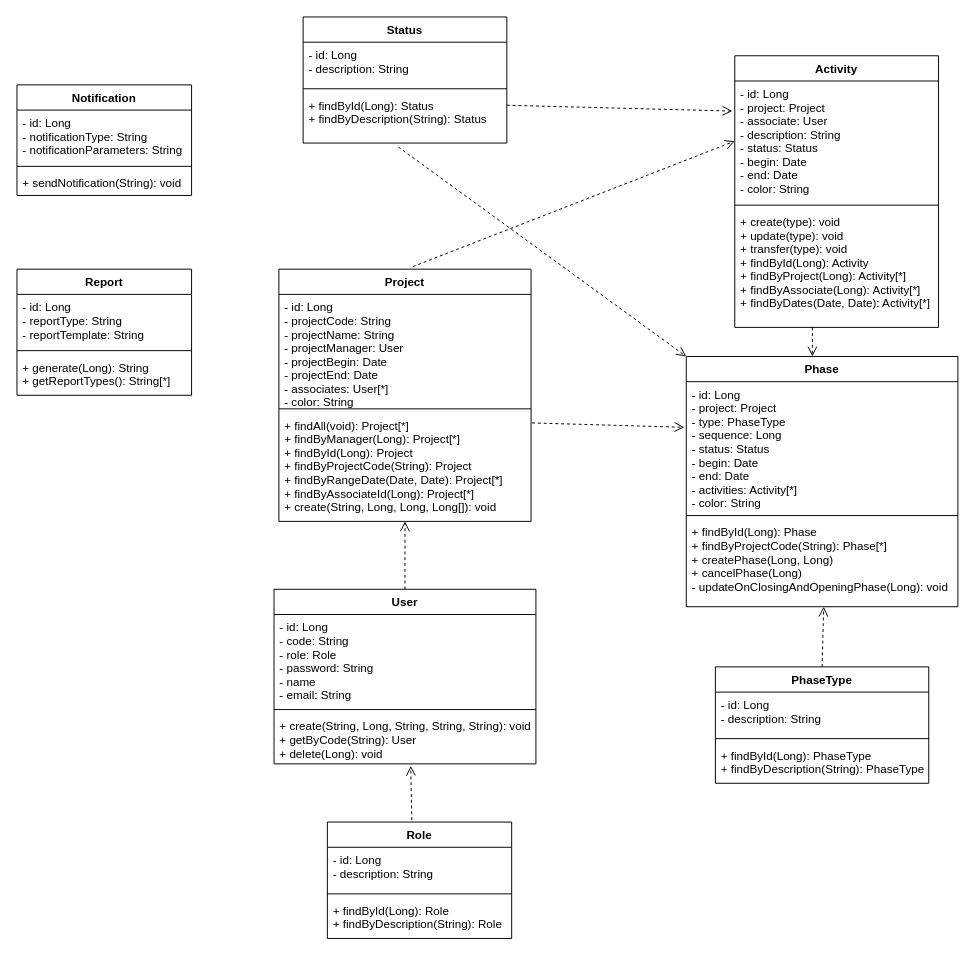
akademicmensch/puc-engenharia-de-software keeps this draw.io diagram as Diagramas/diagrama-de-classes.drawio. Above is the earlier version. Source tidied: cells renumbered, new cells numbered last; positions are measured from the earlier drawing's top-left corner, leaving out a move shared by most shapes. Both pictures are drawn from the tidied source at 97%, with x=0, y=0 at pixel (16, 16).
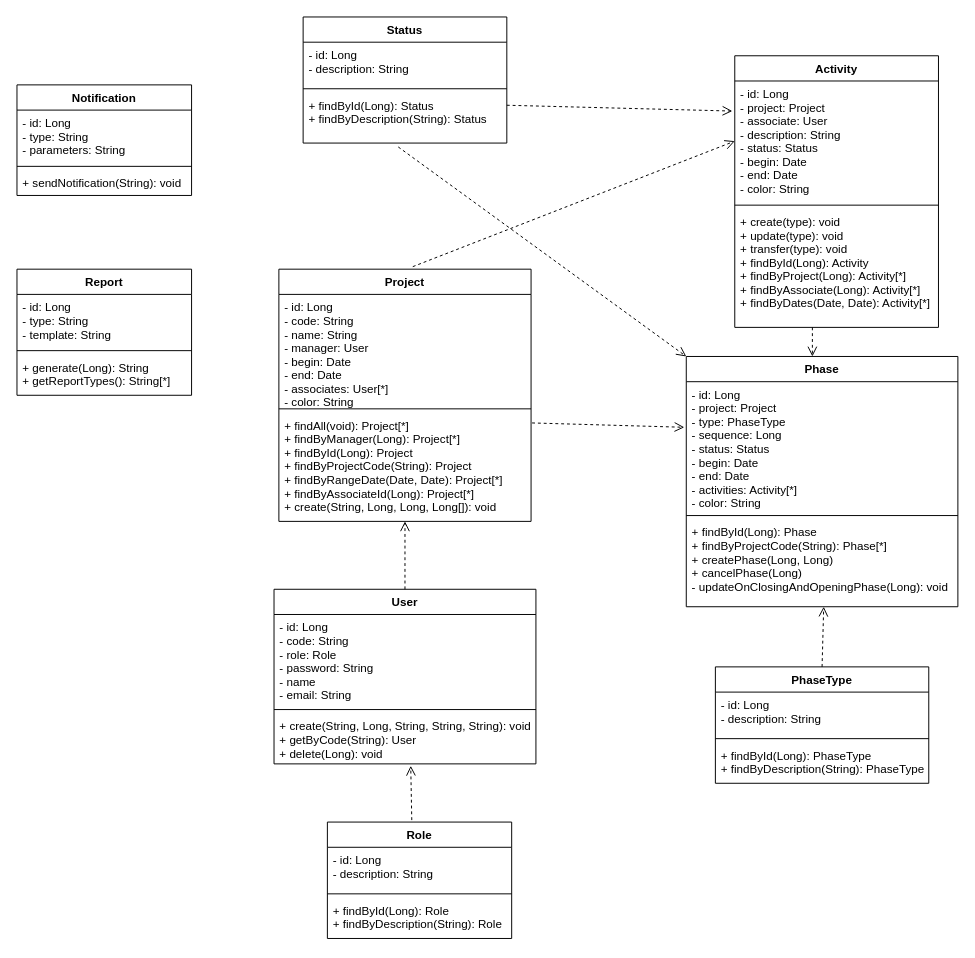
Above is the later version.

Commit message (it also covers changes not shown here):
updating class diagram and adding png files

Unchanged cells that the change refers to:
```xml
<mxCell id="2" value="Project" style="swimlane;fontStyle=1;align=center;verticalAlign=top;horizontal=1;startSize=26;" parent="1" vertex="1">
  <mxGeometry x="270" y="260" width="260" height="260" as="geometry" />
</mxCell>
<mxCell id="37" value="Notification" style="swimlane;fontStyle=1;align=center;verticalAlign=top;horizontal=1;startSize=26;" parent="1" vertex="1">
  <mxGeometry y="70" width="180" height="114" as="geometry" />
</mxCell>
<mxCell id="42" value="Report" style="swimlane;fontStyle=1;align=center;verticalAlign=top;horizontal=1;startSize=26;" parent="1" vertex="1">
  <mxGeometry y="260" width="180" height="130" as="geometry" />
</mxCell>
```

Diff of the diagram source:
```diff
@@
-    <mxCell id="3" value="- id: Long&#10;- projectCode: String&#10;- projectName: String&#10;- projectManager: User&#10;- projectBegin: Date&#10;- projectEnd: Date&#10;- associates: User[*]&#10;- color: String" style="text;strokeColor=none;fillColor=none;align=left;verticalAlign=top;spacingLeft=4;spacingRight=4;overflow=hidden;" parent="2" vertex="1">
+    <mxCell id="3" value="- id: Long&#10;- code: String&#10;- name: String&#10;- manager: User&#10;- begin: Date&#10;- end: Date&#10;- associates: User[*]&#10;- color: String" style="text;strokeColor=none;fillColor=none;align=left;verticalAlign=top;spacingLeft=4;spacingRight=4;overflow=hidden;" parent="2" vertex="1">
       <mxGeometry y="26" width="260" height="114" as="geometry" />
     </mxCell>
@@
-    <mxCell id="38" value="- id: Long&#10;- notificationType: String&#10;- notificationParameters: String&#10;" style="text;strokeColor=none;fillColor=none;align=left;verticalAlign=top;spacingLeft=4;spacingRight=4;overflow=hidden;" parent="37" vertex="1">
+    <mxCell id="38" value="- id: Long&#10;- type: String&#10;- parameters: String&#10;" style="text;strokeColor=none;fillColor=none;align=left;verticalAlign=top;spacingLeft=4;spacingRight=4;overflow=hidden;" parent="37" vertex="1">
       <mxGeometry y="26" width="180" height="54" as="geometry" />
     </mxCell>
@@
-    <mxCell id="43" value="- id: Long&#10;- reportType: String&#10;- reportTemplate: String&#10;" style="text;strokeColor=none;fillColor=none;align=left;verticalAlign=top;spacingLeft=4;spacingRight=4;overflow=hidden;" parent="42" vertex="1">
+    <mxCell id="43" value="- id: Long&#10;- type: String&#10;- template: String&#10;" style="text;strokeColor=none;fillColor=none;align=left;verticalAlign=top;spacingLeft=4;spacingRight=4;overflow=hidden;" parent="42" vertex="1">
       <mxGeometry y="26" width="180" height="54" as="geometry" />
     </mxCell>
```
